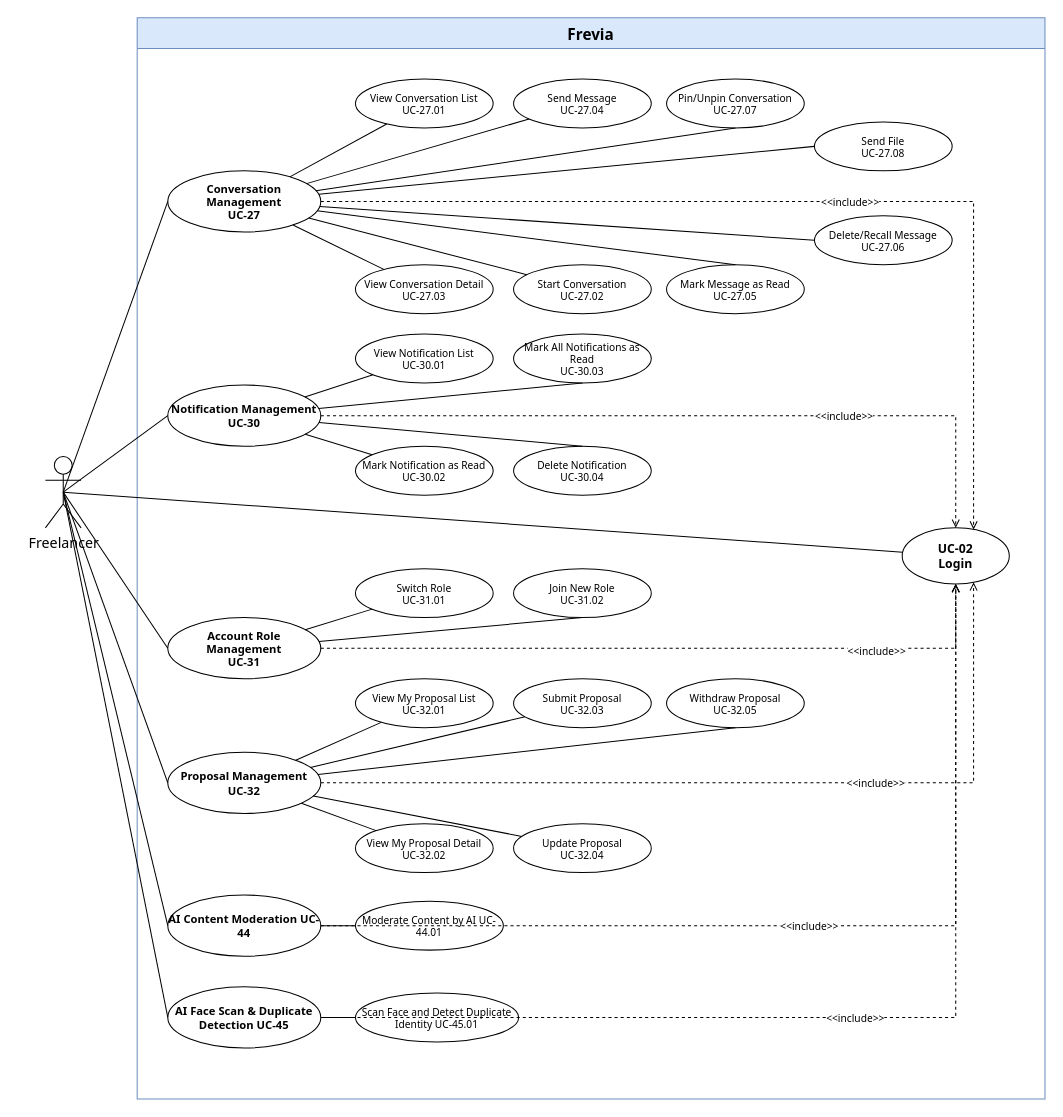
This is page "Freelancer 6/7" (6 of 7) of uc-diagrams/Freelancer.drawio from Thunggg/Frevia, a draw.io file, before an edit. Source tidied: cells renumbered, new cells numbered last; positions are measured from the earlier drawing's top-left corner, leaving out a move shared by most shapes. Both pictures are drawn from the tidied source at 102%, with x=0, y=0 at pixel (45, 17).
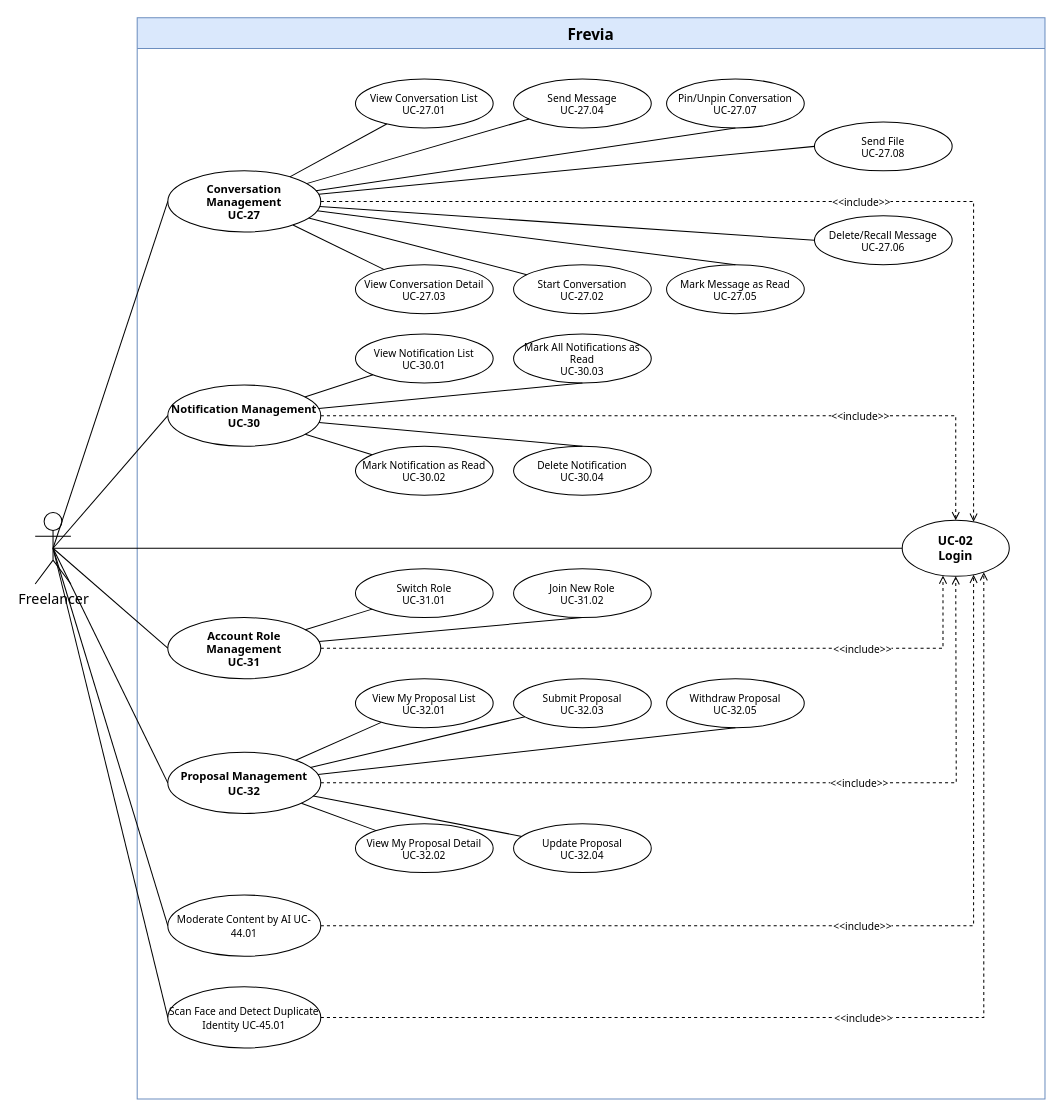
Above is the later version.

The change refers to these unchanged cells:
```xml
<mxCell id="2" value="Frevia" style="swimlane;whiteSpace=wrap;html=1;startSize=30;fontSize=15;fontFamily=Tahoma;fontStyle=1;fillColor=#dae8fc;strokeColor=#6c8ebf;" parent="1" vertex="1">
  <mxGeometry x="90" width="890" height="1060" as="geometry" />
</mxCell>
<mxCell id="4" value="Conversation Management&#10;UC-27" style="ellipse;whiteSpace=wrap;html=1;fontSize=11;fontFamily=Tahoma;fontStyle=1;fillColor=#ffffff;strokeColor=#000000;" parent="2" vertex="1">
  <mxGeometry x="30" y="150" width="150" height="60" as="geometry" />
</mxCell>
<mxCell id="21" value="Notification Management&#10;UC-30" style="ellipse;whiteSpace=wrap;html=1;fontSize=11;fontFamily=Tahoma;fontStyle=1;fillColor=#ffffff;strokeColor=#000000;" parent="2" vertex="1">
  <mxGeometry x="30" y="360" width="150" height="60" as="geometry" />
</mxCell>
<mxCell id="30" value="Account Role Management&#10;UC-31" style="ellipse;whiteSpace=wrap;html=1;fontSize=11;fontFamily=Tahoma;fontStyle=1;fillColor=#ffffff;strokeColor=#000000;" parent="2" vertex="1">
  <mxGeometry x="30" y="588" width="150" height="60" as="geometry" />
</mxCell>
<mxCell id="35" value="Proposal Management&#10;UC-32" style="ellipse;whiteSpace=wrap;html=1;fontSize=11;fontFamily=Tahoma;fontStyle=1;fillColor=#ffffff;strokeColor=#000000;" parent="2" vertex="1">
  <mxGeometry x="30" y="720" width="150" height="60" as="geometry" />
</mxCell>
```

Change to the diagram source:
```diff
@@
     <mxCell id="3" value="UC-02&#10;Login" style="ellipse;whiteSpace=wrap;html=1;fontSize=12;fontFamily=Tahoma;fontStyle=1;fillColor=#ffffff;strokeColor=#000000;" parent="2" vertex="1">
-      <mxGeometry x="750" y="500" width="105" height="55" as="geometry" />
+      <mxGeometry x="750" y="492.5" width="105" height="55" as="geometry" />
     </mxCell>
@@
-    <mxCell id="46" value="Moderate Content by AI&amp;#xa;UC-44.01" style="ellipse;whiteSpace=wrap;html=1;fontSize=10;fontFamily=Tahoma;fillColor=#ffffff;strokeColor=#000000;" parent="2" vertex="1">
-      <mxGeometry x="214" y="866" width="145" height="48" as="geometry" />
-    </mxCell>
-    <mxCell id="47" value="Scan Face and Detect Duplicate Identity&amp;#xa;UC-45.01" style="ellipse;whiteSpace=wrap;html=1;fontSize=10;fontFamily=Tahoma;fillColor=#ffffff;strokeColor=#000000;" parent="2" vertex="1">
-      <mxGeometry x="214" y="956" width="160" height="48" as="geometry" />
-    </mxCell>
+    <mxCell id="60" value="&lt;span style=&quot;font-size: 10px; font-weight: 400;&quot;&gt;Moderate Content by AI UC-44.01&lt;/span&gt;" style="ellipse;whiteSpace=wrap;html=1;fontSize=11;fontFamily=Tahoma;fontStyle=1;fillColor=#ffffff;strokeColor=#000000;" parent="2" vertex="1">
+      <mxGeometry x="30" y="860" width="150" height="60" as="geometry" />
+    </mxCell>
+    <mxCell id="63" value="&lt;span style=&quot;font-size: 10px; font-weight: 400;&quot;&gt;Scan Face and Detect Duplicate Identity UC-45.01&lt;/span&gt;" style="ellipse;whiteSpace=wrap;html=1;fontSize=11;fontFamily=Tahoma;fontStyle=1;fillColor=#ffffff;strokeColor=#000000;" parent="2" vertex="1">
+      <mxGeometry x="30" y="950" width="150" height="60" as="geometry" />
+    </mxCell>
+    <mxCell id="62" value="&amp;lt;&amp;lt;include&amp;gt;&amp;gt;" style="edgeStyle=orthogonalEdgeStyle;rounded=0;endArrow=open;dashed=1;html=1;strokeColor=#000000;fontSize=10;fontFamily=Tahoma;labelBackgroundColor=#ffffff;align=center;verticalAlign=middle;" parent="2" edge="1" source="60" target="3">
+      <mxGeometry x="0.08" relative="1" as="geometry">
+        <Array as="points">
+          <mxPoint x="820" y="890" />
+        </Array>
+      </mxGeometry>
+    </mxCell>
+    <mxCell id="65" value="&amp;lt;&amp;lt;include&amp;gt;&amp;gt;" style="edgeStyle=orthogonalEdgeStyle;rounded=0;endArrow=open;dashed=1;html=1;strokeColor=#000000;fontSize=10;fontFamily=Tahoma;labelBackgroundColor=#ffffff;align=center;verticalAlign=middle;" parent="2" edge="1" source="63" target="3">
+      <mxGeometry x="-0.02" relative="1" as="geometry">
+        <Array as="points">
+          <mxPoint x="830" y="980" />
+        </Array>
+      </mxGeometry>
+    </mxCell>
     <mxCell id="48" value="Freelancer" style="shape=umlActor;verticalLabelPosition=bottom;verticalAlign=top;html=1;outlineConnect=0;fontSize=14;fontFamily=Tahoma;" parent="1" vertex="1">
-      <mxGeometry y="430" width="35" height="70" as="geometry" />
+      <mxGeometry x="-10" y="485" width="35" height="70" as="geometry" />
     </mxCell>
@@
     <mxCell id="54" value="&amp;lt;&amp;lt;include&amp;gt;&amp;gt;" style="edgeStyle=orthogonalEdgeStyle;rounded=0;endArrow=open;dashed=1;html=1;strokeColor=#000000;fontSize=10;fontFamily=Tahoma;labelBackgroundColor=#ffffff;align=center;verticalAlign=middle;" parent="1" edge="1" source="4" target="3">
-      <mxGeometry x="0.08" relative="1" as="geometry">
+      <mxGeometry x="0.11" relative="1" as="geometry">
         <Array as="points">
           <mxPoint x="910" y="180" />
         </Array>
       </mxGeometry>
     </mxCell>
     <mxCell id="55" value="&amp;lt;&amp;lt;include&amp;gt;&amp;gt;" style="edgeStyle=orthogonalEdgeStyle;rounded=0;endArrow=open;dashed=1;html=1;strokeColor=#000000;fontSize=10;fontFamily=Tahoma;labelBackgroundColor=#ffffff;align=center;verticalAlign=middle;" parent="1" edge="1" source="21" target="3">
-      <mxGeometry x="0.4" relative="1" as="geometry" />
+      <mxGeometry x="0.46" relative="1" as="geometry" />
     </mxCell>
     <mxCell id="56" value="&amp;lt;&amp;lt;include&amp;gt;&amp;gt;" style="edgeStyle=orthogonalEdgeStyle;rounded=0;endArrow=open;dashed=1;html=1;strokeColor=#000000;fontSize=10;fontFamily=Tahoma;labelBackgroundColor=#ffffff;align=center;verticalAlign=middle;" parent="1" edge="1" source="30" target="3">
-      <mxGeometry x="0.59" y="-2" relative="1" as="geometry" />
+      <mxGeometry x="0.56" relative="1" as="geometry">
+        <Array as="points">
+          <mxPoint x="880" y="618" />
+        </Array>
+      </mxGeometry>
     </mxCell>
     <mxCell id="57" value="&amp;lt;&amp;lt;include&amp;gt;&amp;gt;" style="edgeStyle=orthogonalEdgeStyle;rounded=0;endArrow=open;dashed=1;html=1;strokeColor=#000000;fontSize=10;fontFamily=Tahoma;labelBackgroundColor=#ffffff;align=center;verticalAlign=middle;" parent="1" edge="1" source="35" target="3">
-      <mxGeometry x="0.3" relative="1" as="geometry">
+      <mxGeometry x="0.28" relative="1" as="geometry">
         <Array as="points">
-          <mxPoint x="910" y="750" />
+          <mxPoint x="893" y="750" />
         </Array>
       </mxGeometry>
     </mxCell>
@@
-    <mxCell id="60" value="AI Content Moderation&amp;#xa;UC-44" style="ellipse;whiteSpace=wrap;html=1;fontSize=11;fontFamily=Tahoma;fontStyle=1;fillColor=#ffffff;strokeColor=#000000;" parent="2" vertex="1">
-      <mxGeometry x="30" y="860" width="150" height="60" as="geometry" />
-    </mxCell>
-    <mxCell id="61" style="endArrow=none;html=1;rounded=0;fontFamily=Tahoma;fontSize=13;" parent="2" edge="1" source="60" target="46">
-      <mxGeometry relative="1" as="geometry" />
-    </mxCell>
-    <mxCell id="62" value="&amp;lt;&amp;lt;include&amp;gt;&amp;gt;" style="edgeStyle=orthogonalEdgeStyle;rounded=0;endArrow=open;dashed=1;html=1;strokeColor=#000000;fontSize=10;fontFamily=Tahoma;labelBackgroundColor=#ffffff;align=center;verticalAlign=middle;" parent="2" edge="1" source="60" target="3">
-      <mxGeometry relative="1" as="geometry" />
-    </mxCell>
-    <mxCell id="63" value="AI Face Scan &amp;amp; Duplicate Detection&amp;#xa;UC-45" style="ellipse;whiteSpace=wrap;html=1;fontSize=11;fontFamily=Tahoma;fontStyle=1;fillColor=#ffffff;strokeColor=#000000;" parent="2" vertex="1">
-      <mxGeometry x="30" y="950" width="150" height="60" as="geometry" />
-    </mxCell>
-    <mxCell id="64" style="endArrow=none;html=1;rounded=0;fontFamily=Tahoma;fontSize=13;" parent="2" edge="1" source="63" target="47">
-      <mxGeometry relative="1" as="geometry" />
-    </mxCell>
-    <mxCell id="65" value="&amp;lt;&amp;lt;include&amp;gt;&amp;gt;" style="edgeStyle=orthogonalEdgeStyle;rounded=0;endArrow=open;dashed=1;html=1;strokeColor=#000000;fontSize=10;fontFamily=Tahoma;labelBackgroundColor=#ffffff;align=center;verticalAlign=middle;" parent="2" edge="1" source="63" target="3">
-      <mxGeometry relative="1" as="geometry" />
-    </mxCell>
```
